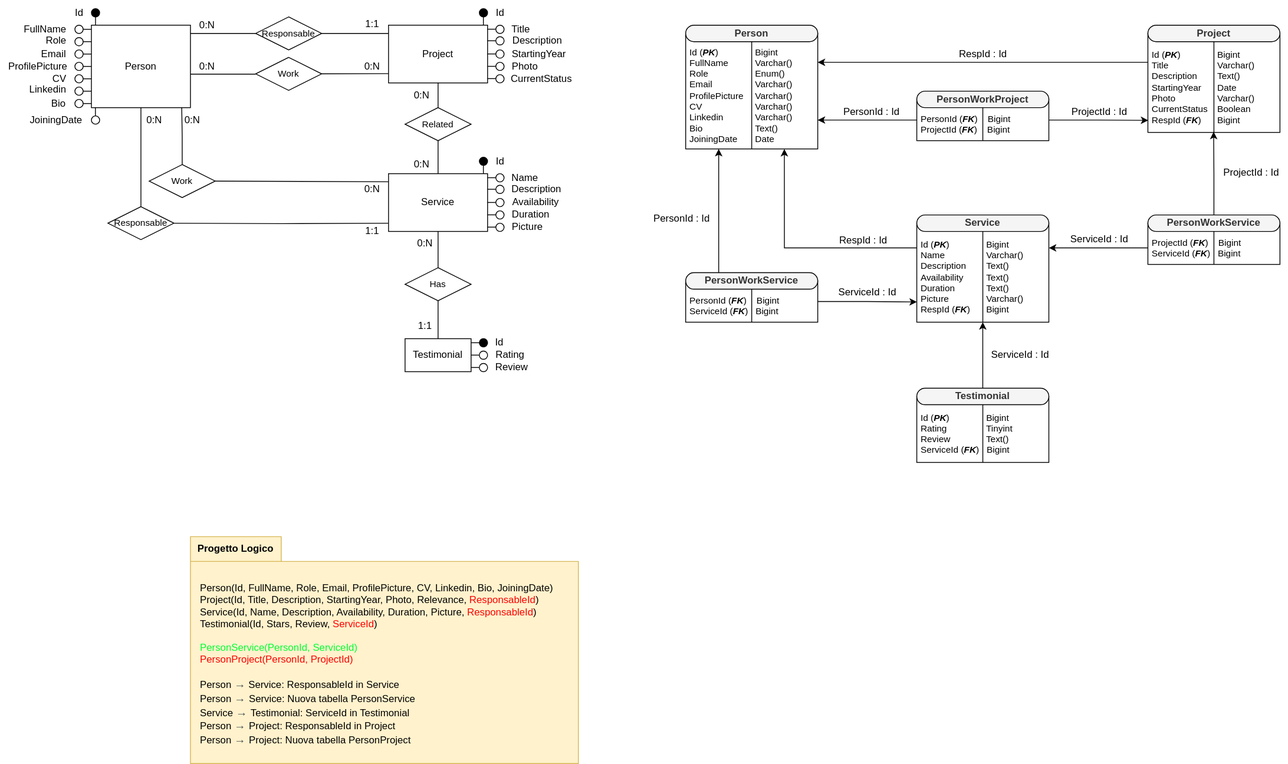
Before: project/Diagrams/ER Diagram/DataBase_ER + Logico_V2.svg, a diagram exported from draw.io (Fabianadigital/Hypermedia-course-media). Source tidied: cells renumbered, new cells last; positions are measured from the earlier drawing's top-left corner, leaving out a move shared by most shapes.
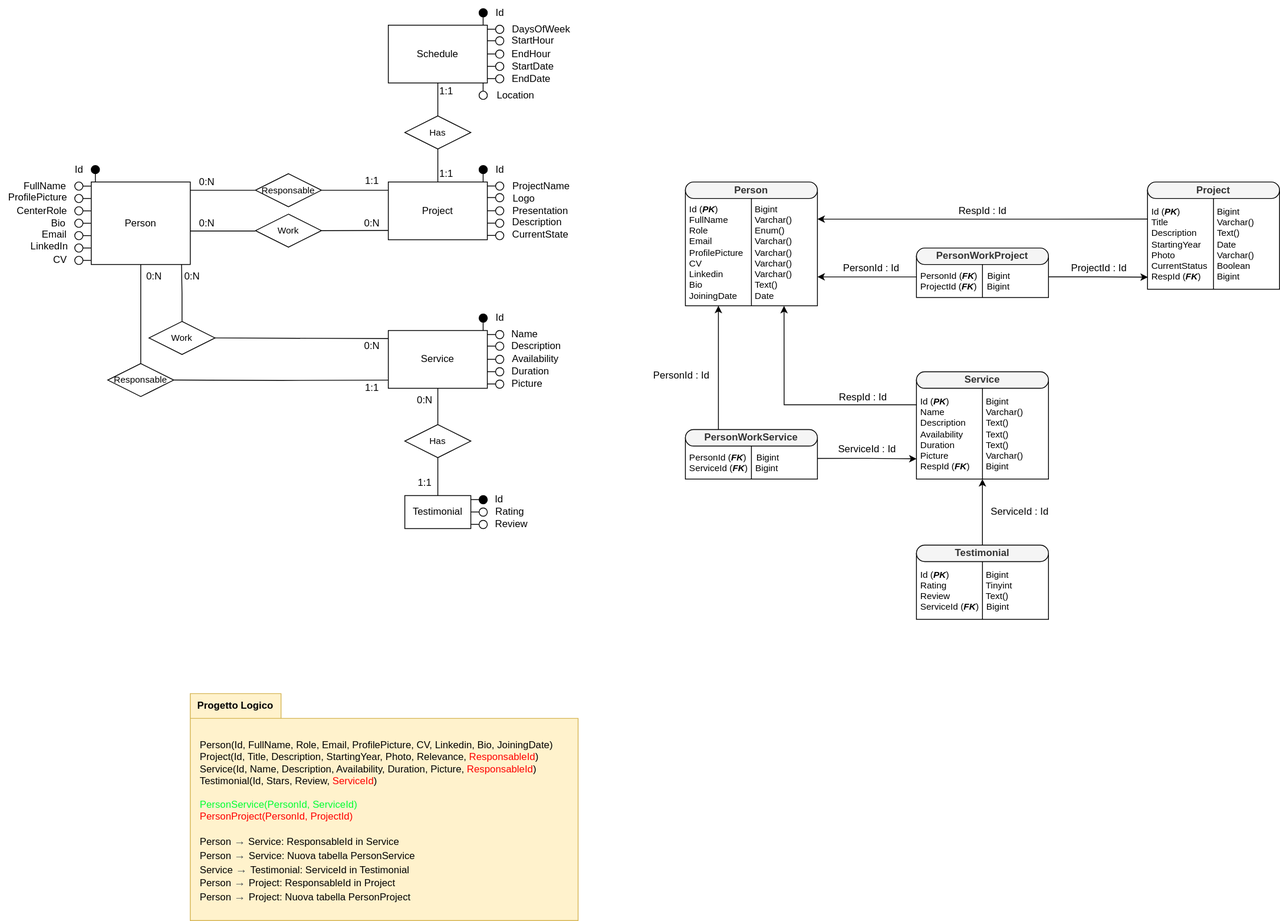
The same diagram one commit later.

Commit message:
Modified table of content

The edit, as a diff of the source:
```diff
@@ -59,10 +59,10 @@
       <mxGeometry x="90" y="60" width="10" height="10" as="geometry" />
     </mxCell>
     <mxCell id="16" value="Email" style="text;html=1;align=center;verticalAlign=middle;strokeColor=none;fillColor=none;" parent="1" vertex="1">
-      <mxGeometry x="39" y="50" width="50" height="30" as="geometry" />
+      <mxGeometry x="40" y="79" width="50" height="30" as="geometry" />
     </mxCell>
     <mxCell id="17" value="ProfilePicture" style="text;html=1;align=center;verticalAlign=middle;strokeColor=none;fillColor=none;" parent="1" vertex="1">
-      <mxGeometry y="65" width="90" height="30" as="geometry" />
+      <mxGeometry y="34" width="90" height="30" as="geometry" />
     </mxCell>
     <mxCell id="18" style="endArrow=none;html=1;rounded=0;" parent="1" edge="1">
       <mxGeometry relative="1" as="geometry">
@@ -74,7 +74,7 @@
       <mxGeometry x="90" y="75" width="10" height="10" as="geometry" />
     </mxCell>
     <mxCell id="20" value="CV" style="text;html=1;align=center;verticalAlign=middle;strokeColor=none;fillColor=none;" parent="1" vertex="1">
-      <mxGeometry x="51" y="80" width="40" height="30" as="geometry" />
+      <mxGeometry x="52" y="110" width="40" height="30" as="geometry" />
     </mxCell>
     <mxCell id="21" style="endArrow=none;html=1;rounded=0;" parent="1" edge="1">
       <mxGeometry relative="1" as="geometry">
@@ -94,30 +94,18 @@
         <mxPoint x="100" y="110" as="targetPoint" />
       </mxGeometry>
     </mxCell>
-    <mxCell id="25" value="Linkedin" style="text;html=1;align=center;verticalAlign=middle;strokeColor=none;fillColor=none;" parent="1" vertex="1">
-      <mxGeometry x="22" y="93" width="70" height="30" as="geometry" />
+    <mxCell id="25" value="LinkedIn" style="text;html=1;align=center;verticalAlign=middle;strokeColor=none;fillColor=none;" parent="1" vertex="1">
+      <mxGeometry x="24" y="93" width="70" height="30" as="geometry" />
     </mxCell>
     <mxCell id="26" style="ellipse;whiteSpace=wrap;html=1;" parent="1" vertex="1">
       <mxGeometry x="90" y="120" width="10" height="10" as="geometry" />
     </mxCell>
     <mxCell id="27" value="Bio" style="text;html=1;align=center;verticalAlign=middle;strokeColor=none;fillColor=none;" parent="1" vertex="1">
-      <mxGeometry x="50" y="110" width="40" height="30" as="geometry" />
+      <mxGeometry x="50" y="65" width="40" height="30" as="geometry" />
     </mxCell>
-    <mxCell id="28" value="JoiningDate" style="text;html=1;align=center;verticalAlign=middle;strokeColor=none;fillColor=none;" parent="1" vertex="1">
-      <mxGeometry x="22" y="130" width="90" height="30" as="geometry" />
-    </mxCell>
-    <mxCell id="29" style="endArrow=none;html=1;rounded=0;" parent="1" edge="1">
-      <mxGeometry relative="1" as="geometry">
-        <mxPoint x="114.9" y="130" as="sourcePoint" />
-        <mxPoint x="114.9" y="140" as="targetPoint" />
-        <Array as="points">
-          <mxPoint x="114.9" y="140" />
-        </Array>
-      </mxGeometry>
-    </mxCell>
-    <mxCell id="30" style="ellipse;whiteSpace=wrap;html=1;" parent="1" vertex="1">
-      <mxGeometry x="110" y="140" width="10" height="10" as="geometry" />
-    </mxCell>
+    <mxCell id="157" style="edgeStyle=orthogonalEdgeStyle;rounded=0;jettySize=auto;html=1;entryX=0.5;entryY=1;entryDx=0;entryDy=0;endArrow=none;endFill=0;" parent="1" edge="1" source="31" target="178">
+      <mxGeometry relative="1" as="geometry" />
+    </mxCell>
     <mxCell id="31" value="Project" style="rounded=0;whiteSpace=wrap;html=1;" parent="1" vertex="1">
       <mxGeometry x="470" y="30" width="120" height="70" as="geometry" />
     </mxCell>
@@ -148,8 +136,8 @@
         <mxPoint x="100" y="125" as="targetPoint" />
       </mxGeometry>
     </mxCell>
-    <mxCell id="38" value="Role" style="text;html=1;align=center;verticalAlign=middle;strokeColor=none;fillColor=none;" parent="1" vertex="1">
-      <mxGeometry x="42" y="34" width="50" height="30" as="geometry" />
+    <mxCell id="38" value="CenterRole" style="text;html=1;align=center;verticalAlign=middle;strokeColor=none;fillColor=none;" parent="1" vertex="1">
+      <mxGeometry x="10" y="50" width="80" height="30" as="geometry" />
     </mxCell>
     <mxCell id="39" style="endArrow=none;html=1;rounded=0;" parent="1" edge="1">
       <mxGeometry relative="1" as="geometry">
@@ -182,16 +170,16 @@
       <mxGeometry x="600" y="90" width="10" height="10" as="geometry" />
     </mxCell>
     <mxCell id="46" value="Description" style="text;html=1;align=center;verticalAlign=middle;strokeColor=none;fillColor=none;" parent="1" vertex="1">
-      <mxGeometry x="610" y="34" width="80" height="30" as="geometry" />
+      <mxGeometry x="610" y="64" width="80" height="30" as="geometry" />
     </mxCell>
-    <mxCell id="47" value="StartingYear" style="text;html=1;align=center;verticalAlign=middle;strokeColor=none;fillColor=none;" parent="1" vertex="1">
-      <mxGeometry x="607" y="50" width="90" height="30" as="geometry" />
+    <mxCell id="47" value="Presentation" style="text;html=1;align=center;verticalAlign=middle;strokeColor=none;fillColor=none;" parent="1" vertex="1">
+      <mxGeometry x="609" y="50" width="90" height="30" as="geometry" />
     </mxCell>
-    <mxCell id="48" value="Photo" style="text;html=1;align=center;verticalAlign=middle;strokeColor=none;fillColor=none;" parent="1" vertex="1">
-      <mxGeometry x="610" y="65" width="50" height="30" as="geometry" />
+    <mxCell id="48" value="Logo" style="text;html=1;align=center;verticalAlign=middle;strokeColor=none;fillColor=none;" parent="1" vertex="1">
+      <mxGeometry x="609" y="35" width="50" height="30" as="geometry" />
     </mxCell>
-    <mxCell id="49" value="CurrentStatus" style="text;html=1;align=center;verticalAlign=middle;strokeColor=none;fillColor=none;" parent="1" vertex="1">
-      <mxGeometry x="605" y="80" width="100" height="30" as="geometry" />
+    <mxCell id="49" value="CurrentState" style="text;html=1;align=center;verticalAlign=middle;strokeColor=none;fillColor=none;" parent="1" vertex="1">
+      <mxGeometry x="609" y="79" width="90" height="30" as="geometry" />
     </mxCell>
     <mxCell id="50" style="endArrow=none;html=1;rounded=0;" parent="1" edge="1">
       <mxGeometry relative="1" as="geometry">
@@ -519,50 +507,110 @@
     <mxCell id="141" value="ServiceId : Id" style="text;html=1;align=center;verticalAlign=middle;strokeColor=none;fillColor=none;" parent="1" vertex="1">
       <mxGeometry x="1190" y="415" width="90" height="30" as="geometry" />
     </mxCell>
-    <mxCell id="142" value="Title" style="text;html=1;align=center;verticalAlign=middle;strokeColor=none;fillColor=none;" parent="1" vertex="1">
-      <mxGeometry x="605" y="20" width="50" height="30" as="geometry" />
+    <mxCell id="142" value="ProjectName" style="text;html=1;align=center;verticalAlign=middle;strokeColor=none;fillColor=none;" parent="1" vertex="1">
+      <mxGeometry x="610" y="20" width="90" height="30" as="geometry" />
     </mxCell>
-    <mxCell id="143" style="edgeStyle=orthogonalEdgeStyle;rounded=0;jettySize=auto;html=1;exitX=0.5;exitY=0;exitDx=0;exitDy=0;entryX=0.5;entryY=1;entryDx=0;entryDy=0;endArrow=none;endFill=0;" parent="1" edge="1" source="145" target="31">
-      <mxGeometry relative="1" as="geometry" />
-    </mxCell>
-    <mxCell id="144" style="edgeStyle=orthogonalEdgeStyle;rounded=0;jettySize=auto;html=1;entryX=0.5;entryY=0;entryDx=0;entryDy=0;endArrow=none;endFill=0;" parent="1" edge="1" source="145" target="51">
-      <mxGeometry relative="1" as="geometry" />
-    </mxCell>
-    <mxCell id="145" value="&lt;font style=&quot;font-size: 11px;&quot;&gt;Related&lt;/font&gt;" style="rhombus;whiteSpace=wrap;html=1;" parent="1" vertex="1">
-      <mxGeometry x="490" y="130" width="80" height="40" as="geometry" />
-    </mxCell>
-    <mxCell id="146" value="0:N" style="text;html=1;align=center;verticalAlign=middle;strokeColor=none;fillColor=none;" parent="1" vertex="1">
-      <mxGeometry x="490" y="100" width="40" height="30" as="geometry" />
-    </mxCell>
-    <mxCell id="147" value="0:N" style="text;html=1;align=center;verticalAlign=middle;strokeColor=none;fillColor=none;" parent="1" vertex="1">
-      <mxGeometry x="490" y="184" width="40" height="30" as="geometry" />
-    </mxCell>
     <mxCell id="148" style="edgeStyle=orthogonalEdgeStyle;rounded=0;jettySize=auto;html=1;entryX=0.533;entryY=1;entryDx=0;entryDy=0;entryPerimeter=0;" parent="1" edge="1" source="140" target="126">
       <mxGeometry relative="1" as="geometry" />
     </mxCell>
-    <mxCell id="149" style="rounded=0;whiteSpace=wrap;html=1;" parent="1" vertex="1">
-      <mxGeometry x="1390" y="270" width="160" height="50" as="geometry" />
-    </mxCell>
-    <mxCell id="150" style="endArrow=none;html=1;rounded=0;exitX=0.5;exitY=1;exitDx=0;exitDy=0;entryX=0.5;entryY=0;entryDx=0;entryDy=0;" parent="1" edge="1" source="149" target="149">
-      <mxGeometry relative="1" as="geometry" />
-    </mxCell>
-    <mxCell id="151" style="edgeStyle=orthogonalEdgeStyle;rounded=0;jettySize=auto;html=1;entryX=1;entryY=0.25;entryDx=0;entryDy=0;" parent="1" edge="1" source="152" target="124">
-      <mxGeometry relative="1" as="geometry" />
-    </mxCell>
-    <mxCell id="152" value="&lt;font style=&quot;font-size: 11px;&quot;&gt;&amp;nbsp;ProjectId (&lt;b&gt;&lt;i&gt;FK&lt;/i&gt;&lt;/b&gt;)&amp;nbsp; &amp;nbsp; Bigint&lt;/font&gt;&lt;div style=&quot;font-size: 11px;&quot;&gt;&lt;font style=&quot;font-size: 11px;&quot;&gt;&lt;span style=&quot;white-space-collapse: preserve; background-color: initial;&quot;&gt; ServiceId (&lt;b&gt;&lt;i&gt;FK&lt;/i&gt;&lt;/b&gt;)   Bigint&lt;/span&gt;&lt;/font&gt;&lt;/div&gt;" style="text;html=1;align=left;verticalAlign=middle;points=[];strokeColor=none;fillColor=none;" parent="1" vertex="1">
-      <mxGeometry x="1390" y="280" width="130" height="40" as="geometry" />
-    </mxCell>
-    <mxCell id="153" value="&lt;b&gt;PersonWorkService&lt;/b&gt;" style="rounded=1;whiteSpace=wrap;html=1;arcSize=50;fillColor=#f5f5f5;fontColor=#333333;strokeColor=#000000;labelBorderColor=none;" parent="1" vertex="1">
-      <mxGeometry x="1390" y="260" width="160" height="20" as="geometry" />
-    </mxCell>
-    <mxCell id="154" style="edgeStyle=orthogonalEdgeStyle;rounded=0;jettySize=auto;html=1;entryX=0.531;entryY=0.993;entryDx=0;entryDy=0;entryPerimeter=0;" parent="1" edge="1" source="153" target="113">
-      <mxGeometry relative="1" as="geometry" />
-    </mxCell>
-    <mxCell id="155" value="ProjectId : Id" style="text;html=1;align=center;verticalAlign=middle;strokeColor=none;fillColor=none;" parent="1" vertex="1">
-      <mxGeometry x="1470" y="194" width="90" height="30" as="geometry" />
-    </mxCell>
-    <mxCell id="156" value="ServiceId : Id" style="text;html=1;align=center;verticalAlign=middle;strokeColor=none;fillColor=none;" parent="1" vertex="1">
-      <mxGeometry x="1286" y="275" width="90" height="30" as="geometry" />
-    </mxCell>
+    <mxCell id="158" value="Schedule" style="rounded=0;whiteSpace=wrap;html=1;" parent="1" vertex="1">
+      <mxGeometry x="470" y="-160" width="120" height="70" as="geometry" />
+    </mxCell>
+    <mxCell id="159" style="endArrow=none;html=1;rounded=0;" parent="1" edge="1">
+      <mxGeometry relative="1" as="geometry">
+        <mxPoint x="584.9" y="-160.2" as="sourcePoint" />
+        <mxPoint x="584.9" y="-170" as="targetPoint" />
+      </mxGeometry>
+    </mxCell>
+    <mxCell id="160" style="ellipse;whiteSpace=wrap;html=1;fillColor=#000000;" parent="1" vertex="1">
+      <mxGeometry x="580" y="-180" width="10" height="10" as="geometry" />
+    </mxCell>
+    <mxCell id="161" value="Id" style="text;html=1;align=center;verticalAlign=middle;strokeColor=none;fillColor=none;" parent="1" vertex="1">
+      <mxGeometry x="590" y="-190" width="30" height="30" as="geometry" />
+    </mxCell>
+    <mxCell id="162" style="endArrow=none;html=1;rounded=0;" parent="1" edge="1">
+      <mxGeometry relative="1" as="geometry">
+        <mxPoint x="590" y="-155.1" as="sourcePoint" />
+        <mxPoint x="600" y="-155.1" as="targetPoint" />
+      </mxGeometry>
+    </mxCell>
+    <mxCell id="163" style="ellipse;whiteSpace=wrap;html=1;" parent="1" vertex="1">
+      <mxGeometry x="600" y="-160" width="10" height="10" as="geometry" />
+    </mxCell>
+    <mxCell id="164" style="endArrow=none;html=1;rounded=0;" parent="1" edge="1">
+      <mxGeometry relative="1" as="geometry">
+        <mxPoint x="590" y="-141.1" as="sourcePoint" />
+        <mxPoint x="600" y="-141.1" as="targetPoint" />
+      </mxGeometry>
+    </mxCell>
+    <mxCell id="165" style="ellipse;whiteSpace=wrap;html=1;" parent="1" vertex="1">
+      <mxGeometry x="600" y="-146" width="10" height="10" as="geometry" />
+    </mxCell>
+    <mxCell id="166" style="endArrow=none;html=1;rounded=0;" parent="1" edge="1">
+      <mxGeometry relative="1" as="geometry">
+        <mxPoint x="590" y="-125.1" as="sourcePoint" />
+        <mxPoint x="600" y="-125.1" as="targetPoint" />
+      </mxGeometry>
+    </mxCell>
+    <mxCell id="167" style="ellipse;whiteSpace=wrap;html=1;" parent="1" vertex="1">
+      <mxGeometry x="600" y="-130" width="10" height="10" as="geometry" />
+    </mxCell>
+    <mxCell id="168" style="endArrow=none;html=1;rounded=0;" parent="1" edge="1">
+      <mxGeometry relative="1" as="geometry">
+        <mxPoint x="590" y="-110.1" as="sourcePoint" />
+        <mxPoint x="600" y="-110.1" as="targetPoint" />
+      </mxGeometry>
+    </mxCell>
+    <mxCell id="169" style="ellipse;whiteSpace=wrap;html=1;" parent="1" vertex="1">
+      <mxGeometry x="600" y="-115" width="10" height="10" as="geometry" />
+    </mxCell>
+    <mxCell id="170" style="ellipse;whiteSpace=wrap;html=1;" parent="1" vertex="1">
+      <mxGeometry x="600" y="-100" width="10" height="10" as="geometry" />
+    </mxCell>
+    <mxCell id="171" value="StartDate" style="text;html=1;align=center;verticalAlign=middle;strokeColor=none;fillColor=none;" parent="1" vertex="1">
+      <mxGeometry x="610" y="-125" width="70" height="30" as="geometry" />
+    </mxCell>
+    <mxCell id="172" value="EndHour" style="text;html=1;align=center;verticalAlign=middle;strokeColor=none;fillColor=none;" parent="1" vertex="1">
+      <mxGeometry x="608" y="-140" width="70" height="30" as="geometry" />
+    </mxCell>
+    <mxCell id="173" value="StartHour" style="text;html=1;align=center;verticalAlign=middle;strokeColor=none;fillColor=none;" parent="1" vertex="1">
+      <mxGeometry x="610" y="-156" width="70" height="30" as="geometry" />
+    </mxCell>
+    <mxCell id="174" value="EndDate" style="text;html=1;align=center;verticalAlign=middle;strokeColor=none;fillColor=none;" parent="1" vertex="1">
+      <mxGeometry x="608" y="-110" width="70" height="30" as="geometry" />
+    </mxCell>
+    <mxCell id="175" style="endArrow=none;html=1;rounded=0;" parent="1" edge="1">
+      <mxGeometry relative="1" as="geometry">
+        <mxPoint x="590" y="-95.2" as="sourcePoint" />
+        <mxPoint x="600" y="-95.2" as="targetPoint" />
+      </mxGeometry>
+    </mxCell>
+    <mxCell id="176" value="DaysOfWeek" style="text;html=1;align=center;verticalAlign=middle;strokeColor=none;fillColor=none;" parent="1" vertex="1">
+      <mxGeometry x="610" y="-170" width="90" height="30" as="geometry" />
+    </mxCell>
+    <mxCell id="177" style="edgeStyle=orthogonalEdgeStyle;rounded=0;jettySize=auto;html=1;entryX=0.5;entryY=1;entryDx=0;entryDy=0;endArrow=none;endFill=0;" parent="1" edge="1" source="178" target="158">
+      <mxGeometry relative="1" as="geometry" />
+    </mxCell>
+    <mxCell id="178" value="&lt;font style=&quot;font-size: 11px;&quot;&gt;Has&lt;/font&gt;" style="rhombus;whiteSpace=wrap;html=1;" parent="1" vertex="1">
+      <mxGeometry x="490" y="-50" width="80" height="40" as="geometry" />
+    </mxCell>
+    <mxCell id="179" style="ellipse;whiteSpace=wrap;html=1;" parent="1" vertex="1">
+      <mxGeometry x="580" y="-80" width="10" height="10" as="geometry" />
+    </mxCell>
+    <mxCell id="180" style="endArrow=none;html=1;rounded=0;" parent="1" edge="1">
+      <mxGeometry relative="1" as="geometry">
+        <mxPoint x="584.9" y="-80" as="sourcePoint" />
+        <mxPoint x="584.9" y="-90" as="targetPoint" />
+      </mxGeometry>
+    </mxCell>
+    <mxCell id="181" value="&lt;span style=&quot;font-weight: normal;&quot;&gt;Location&lt;/span&gt;" style="text;html=1;align=center;verticalAlign=middle;strokeColor=none;fillColor=none;fontStyle=1;" parent="1" vertex="1">
+      <mxGeometry x="589" y="-90" width="70" height="30" as="geometry" />
+    </mxCell>
+    <mxCell id="182" value="1:1" style="text;html=1;align=center;verticalAlign=middle;strokeColor=none;fillColor=none;" parent="1" vertex="1">
+      <mxGeometry x="520" y="5" width="40" height="30" as="geometry" />
+    </mxCell>
+    <mxCell id="183" value="1:1" style="text;html=1;align=center;verticalAlign=middle;strokeColor=none;fillColor=none;" parent="1" vertex="1">
+      <mxGeometry x="520" y="-95" width="40" height="30" as="geometry" />
+    </mxCell>
   </root>
 </mxGraphModel>
```
